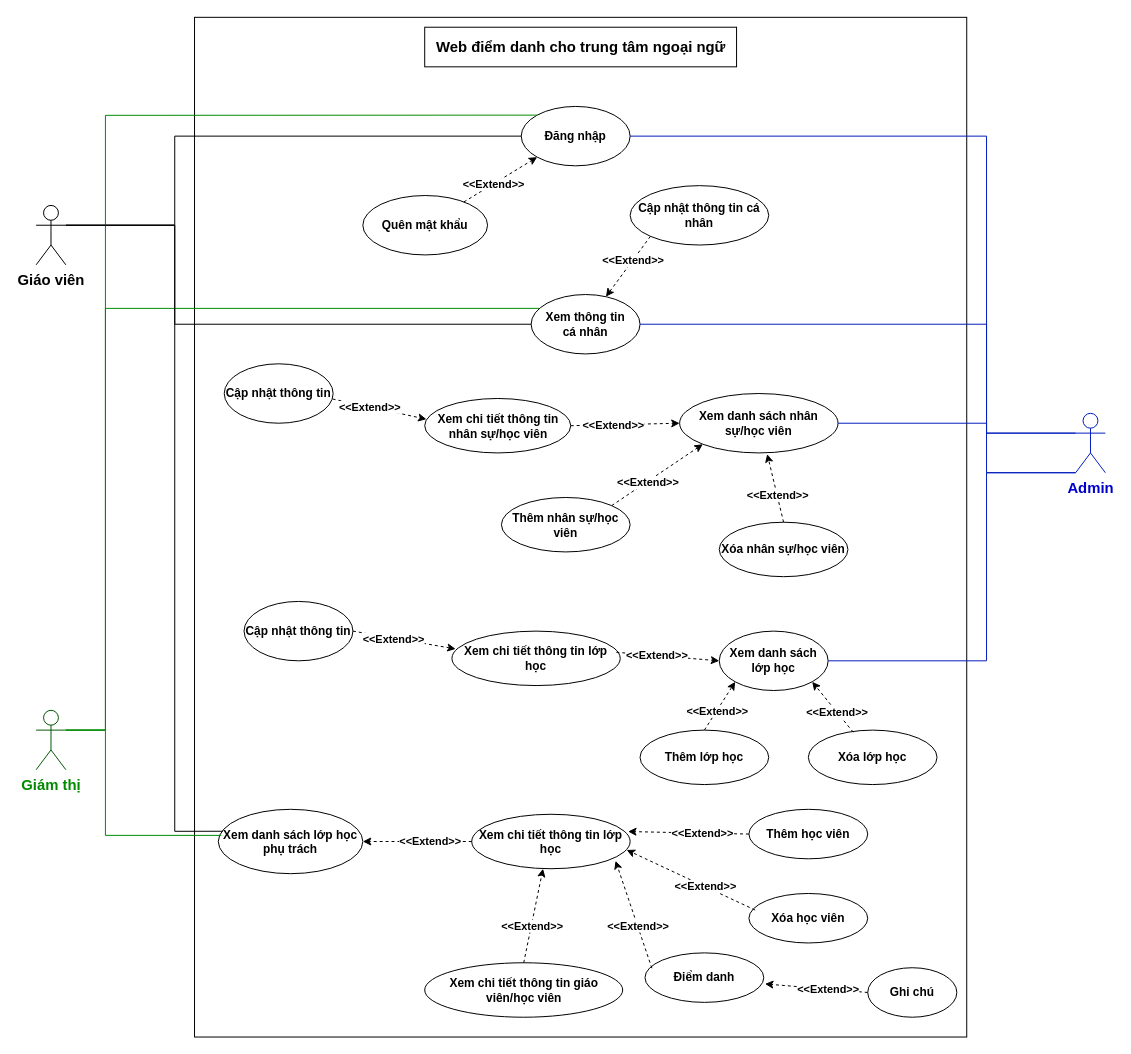
Above: Week 1/UC Diagram.drawio in astr0tas/English-Center-Attendance-Check (draw.io), before the change. Source tidied: cells renumbered, new cells numbered last; positions are measured from the earlier drawing's top-left corner, leaving out a move shared by most shapes. Both pictures are drawn from the tidied source at 99%, with x=0, y=0 at pixel (36, 17).
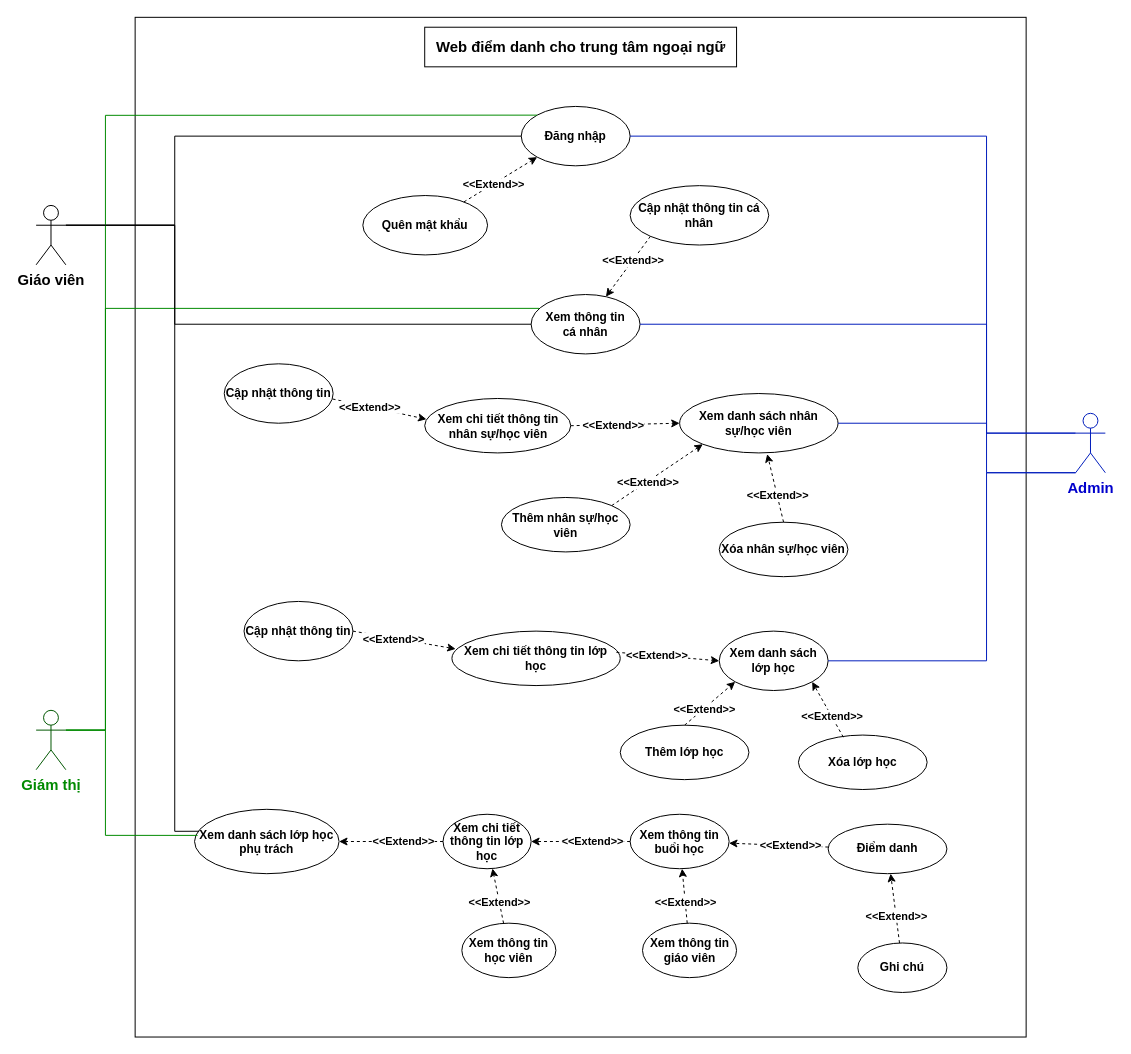
After the change.

Diff of the diagram source:
```diff
@@
     <mxCell id="2" style="rounded=0;whiteSpace=wrap;html=1;fontStyle=1;" parent="1" vertex="1">
-      <mxGeometry x="160" width="780" height="1030" as="geometry" />
+      <mxGeometry x="100" width="900" height="1030" as="geometry" />
     </mxCell>
@@
     <mxCell id="22" value="Ghi chú" style="ellipse;whiteSpace=wrap;html=1;fontStyle=1;" parent="1" vertex="1">
-      <mxGeometry x="840" y="960" width="90" height="50" as="geometry" />
+      <mxGeometry x="830" y="935" width="90" height="50" as="geometry" />
     </mxCell>
-    <mxCell id="23" style="endArrow=classic;html=1;rounded=0;exitX=0;exitY=0.5;exitDx=0;exitDy=0;dashed=1;fontStyle=1;entryX=1.01;entryY=0.627;entryDx=0;entryDy=0;entryPerimeter=0;" parent="1" edge="1" source="22" target="53">
+    <mxCell id="23" style="endArrow=classic;html=1;rounded=0;dashed=1;fontStyle=1;" parent="1" edge="1" source="22" target="53">
       <mxGeometry relative="1" as="geometry" />
     </mxCell>
@@
     <mxCell id="42" value="Thêm lớp học" style="ellipse;whiteSpace=wrap;html=1;fontStyle=1;" parent="1" vertex="1">
-      <mxGeometry x="610" y="720" width="130" height="55" as="geometry" />
+      <mxGeometry x="590" y="715" width="130" height="55" as="geometry" />
     </mxCell>
     <mxCell id="43" value="Xóa lớp học" style="ellipse;whiteSpace=wrap;html=1;fontStyle=1;" parent="1" vertex="1">
-      <mxGeometry x="780" y="720" width="130" height="55" as="geometry" />
+      <mxGeometry x="770" y="725" width="130" height="55" as="geometry" />
     </mxCell>
@@
     <mxCell id="52" value="Xem danh sách lớp học phụ trách" style="ellipse;whiteSpace=wrap;html=1;fontStyle=1;" parent="1" vertex="1">
-      <mxGeometry x="184" y="800" width="146" height="65" as="geometry" />
+      <mxGeometry x="160" y="800" width="146" height="65" as="geometry" />
     </mxCell>
     <mxCell id="53" value="Điểm danh" style="ellipse;whiteSpace=wrap;html=1;fontStyle=1;" parent="1" vertex="1">
-      <mxGeometry x="615" y="945" width="120" height="50" as="geometry" />
+      <mxGeometry x="800" y="815" width="120" height="50" as="geometry" />
     </mxCell>
-    <mxCell id="54" style="endArrow=classic;html=1;rounded=0;exitX=0.058;exitY=0.31;exitDx=0;exitDy=0;dashed=1;fontStyle=1;exitPerimeter=0;entryX=0.908;entryY=0.855;entryDx=0;entryDy=0;entryPerimeter=0;" parent="1" edge="1" source="53" target="61">
+    <mxCell id="54" style="endArrow=classic;html=1;rounded=0;dashed=1;fontStyle=1;" parent="1" edge="1" source="53" target="70">
       <mxGeometry relative="1" as="geometry" />
     </mxCell>
@@
-    <mxCell id="58" value="Thêm học viên" style="ellipse;whiteSpace=wrap;html=1;fontStyle=1;" parent="1" vertex="1">
-      <mxGeometry x="720" y="800" width="120" height="50" as="geometry" />
-    </mxCell>
-    <mxCell id="59" style="endArrow=classic;html=1;rounded=0;exitX=0;exitY=0.5;exitDx=0;exitDy=0;dashed=1;fontStyle=1;entryX=0.987;entryY=0.317;entryDx=0;entryDy=0;entryPerimeter=0;" parent="1" edge="1" source="58" target="61">
-      <mxGeometry relative="1" as="geometry" />
-    </mxCell>
-    <mxCell id="60" value="&amp;lt;&amp;lt;Extend&amp;gt;&amp;gt;" style="edgeLabel;html=1;align=center;verticalAlign=middle;fontStyle=1;" parent="59" vertex="1">
-      <mxGeometry x="-0.22" relative="1" as="geometry" />
-    </mxCell>
     <mxCell id="61" value="Xem chi tiết thông tin lớp học" style="ellipse;whiteSpace=wrap;html=1;fontStyle=1;" parent="1" vertex="1">
-      <mxGeometry x="440" y="805" width="160" height="55" as="geometry" />
+      <mxGeometry x="411" y="805" width="89" height="55" as="geometry" />
     </mxCell>
@@
-    <mxCell id="64" value="Xem chi tiết thông tin giáo viên/học viên" style="ellipse;whiteSpace=wrap;html=1;fontStyle=1;" parent="1" vertex="1">
-      <mxGeometry x="392.5" y="955" width="200" height="55" as="geometry" />
+    <mxCell id="64" value="Xem thông tin học viên" style="ellipse;whiteSpace=wrap;html=1;fontStyle=1;" parent="1" vertex="1">
+      <mxGeometry x="430" y="915" width="95" height="55" as="geometry" />
     </mxCell>
-    <mxCell id="65" style="endArrow=classic;html=1;rounded=0;exitX=0.5;exitY=0;exitDx=0;exitDy=0;dashed=1;fontStyle=1;entryX=0.45;entryY=1;entryDx=0;entryDy=0;entryPerimeter=0;" parent="1" edge="1" source="64" target="61">
+    <mxCell id="65" style="endArrow=classic;html=1;rounded=0;dashed=1;fontStyle=1;" parent="1" edge="1" source="64" target="61">
       <mxGeometry relative="1" as="geometry" />
     </mxCell>
@@
-    <mxCell id="67" value="Xóa học viên" style="ellipse;whiteSpace=wrap;html=1;fontStyle=1;" parent="1" vertex="1">
-      <mxGeometry x="720" y="885" width="120" height="50" as="geometry" />
-    </mxCell>
-    <mxCell id="68" style="endArrow=classic;html=1;rounded=0;exitX=0.052;exitY=0.334;exitDx=0;exitDy=0;dashed=1;fontStyle=1;entryX=0.978;entryY=0.655;entryDx=0;entryDy=0;entryPerimeter=0;exitPerimeter=0;" parent="1" edge="1" source="67" target="61">
-      <mxGeometry relative="1" as="geometry" />
-    </mxCell>
-    <mxCell id="69" value="&amp;lt;&amp;lt;Extend&amp;gt;&amp;gt;" style="edgeLabel;html=1;align=center;verticalAlign=middle;fontStyle=1;" parent="68" vertex="1">
-      <mxGeometry x="-0.22" relative="1" as="geometry" />
-    </mxCell>
+    <mxCell id="70" value="Xem thông tin buổi học" style="ellipse;whiteSpace=wrap;html=1;fontStyle=1;" parent="1" vertex="1">
+      <mxGeometry x="600" y="805" width="100" height="55" as="geometry" />
+    </mxCell>
+    <mxCell id="71" style="endArrow=classic;html=1;rounded=0;dashed=1;fontStyle=1;" parent="1" edge="1" source="70" target="61">
+      <mxGeometry relative="1" as="geometry" />
+    </mxCell>
+    <mxCell id="72" value="&amp;lt;&amp;lt;Extend&amp;gt;&amp;gt;" style="edgeLabel;html=1;align=center;verticalAlign=middle;fontStyle=1;" parent="71" vertex="1">
+      <mxGeometry x="-0.22" relative="1" as="geometry" />
+    </mxCell>
+    <mxCell id="73" value="Xem thông tin giáo viên" style="ellipse;whiteSpace=wrap;html=1;fontStyle=1;" parent="1" vertex="1">
+      <mxGeometry x="612.5" y="915" width="95" height="55" as="geometry" />
+    </mxCell>
+    <mxCell id="74" style="endArrow=classic;html=1;rounded=0;dashed=1;fontStyle=1;" parent="1" edge="1" source="73" target="70">
+      <mxGeometry relative="1" as="geometry" />
+    </mxCell>
+    <mxCell id="75" value="&amp;lt;&amp;lt;Extend&amp;gt;&amp;gt;" style="edgeLabel;html=1;align=center;verticalAlign=middle;fontStyle=1;" parent="74" vertex="1">
+      <mxGeometry x="-0.22" relative="1" as="geometry" />
+    </mxCell>
```
